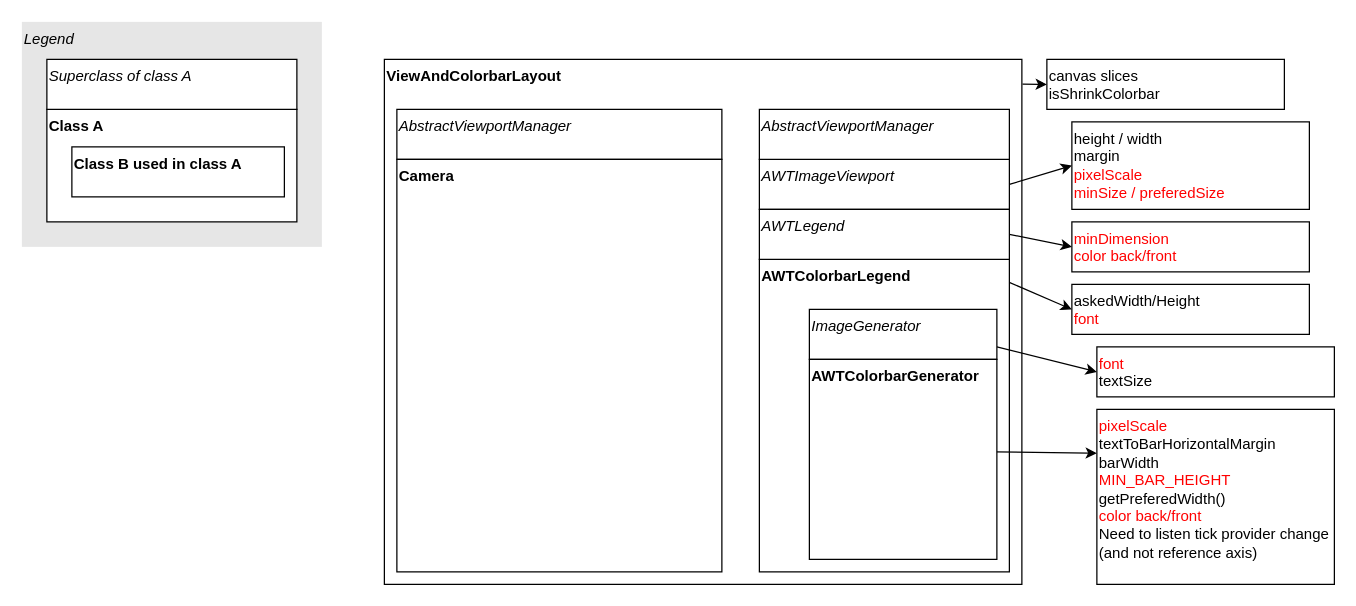
Above: page "Colorbar layout" (3 of 3) of jzy3d-core-awt/doc/core-awt.drawio in jzy3d/jzy3d-api (draw.io), before the change. Source tidied: cells renumbered, new cells numbered last; positions are measured from the earlier drawing's top-left corner, leaving out a move shared by most shapes. Both pictures are drawn from the tidied source at 125%, with x=0, y=0 at pixel (21, 21).
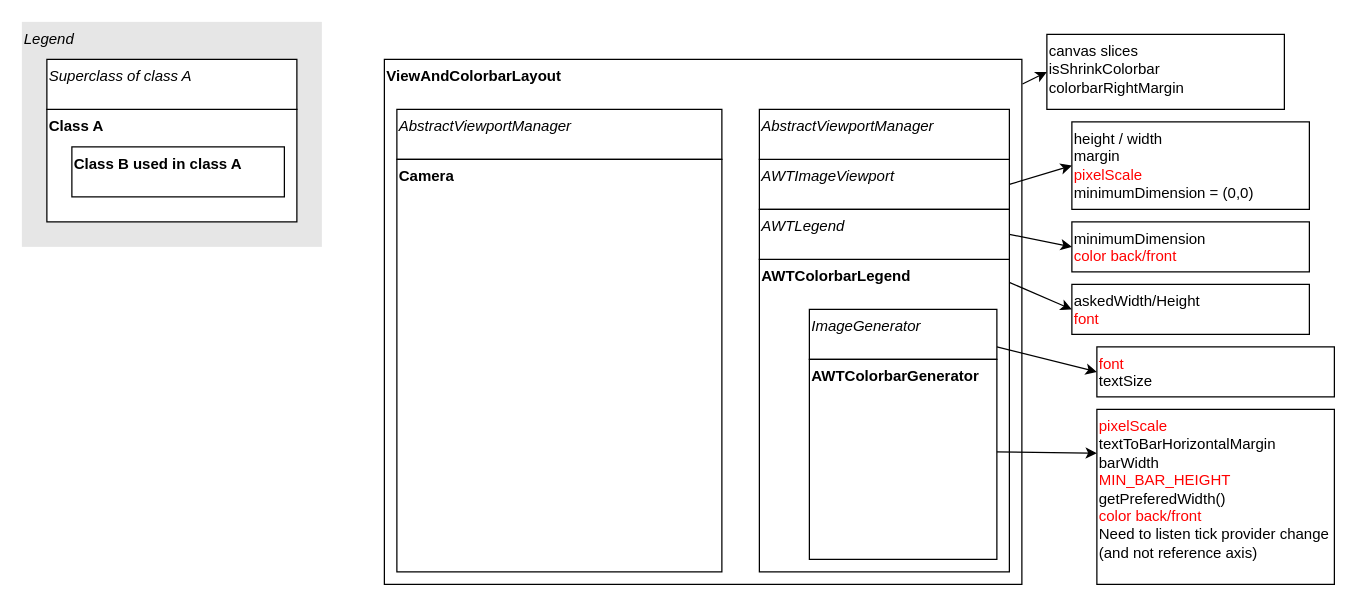
After the change.

Diff of the diagram source:
```diff
@@
-    <mxCell id="23" value="&lt;font color=&quot;#ff0000&quot;&gt;minDimension&lt;br&gt;color back/front&lt;br&gt;&lt;/font&gt;" style="rounded=0;whiteSpace=wrap;html=1;verticalAlign=top;align=left;" parent="1" vertex="1">
+    <mxCell id="23" value="minimumDimension&lt;br&gt;&lt;font color=&quot;#ff0000&quot;&gt;color back/front&lt;/font&gt;" style="rounded=0;whiteSpace=wrap;html=1;verticalAlign=top;align=left;" parent="1" vertex="1">
       <mxGeometry x="840" y="160" width="190" height="40" as="geometry" />
     </mxCell>
-    <mxCell id="24" value="&lt;font&gt;height / width&lt;br&gt;margin&lt;br&gt;&lt;font color=&quot;#ff0000&quot;&gt;pixelScale&lt;/font&gt;&lt;br&gt;&lt;font color=&quot;#ff0000&quot;&gt;minSize / preferedSize&lt;/font&gt;&lt;br&gt;&lt;/font&gt;" style="rounded=0;whiteSpace=wrap;html=1;verticalAlign=top;align=left;fontColor=#000000;" parent="1" vertex="1">
+    <mxCell id="24" value="&lt;font&gt;height / width&lt;br&gt;margin&lt;br&gt;&lt;font color=&quot;#ff0000&quot;&gt;pixelScale&lt;/font&gt;&lt;br&gt;minimumDimension = (0,0)&lt;br&gt;&lt;/font&gt;" style="rounded=0;whiteSpace=wrap;html=1;verticalAlign=top;align=left;fontColor=#000000;" parent="1" vertex="1">
       <mxGeometry x="840" y="80" width="190" height="70" as="geometry" />
     </mxCell>
@@
-    <mxCell id="26" value="canvas slices&lt;br&gt;isShrinkColorbar" style="rounded=0;whiteSpace=wrap;html=1;verticalAlign=top;align=left;" parent="1" vertex="1">
-      <mxGeometry x="820" y="30" width="190" height="40" as="geometry" />
+    <mxCell id="26" value="canvas slices&lt;br&gt;isShrinkColorbar&lt;br&gt;colorbarRightMargin" style="rounded=0;whiteSpace=wrap;html=1;verticalAlign=top;align=left;" parent="1" vertex="1">
+      <mxGeometry x="820" y="10" width="190" height="60" as="geometry" />
     </mxCell>
```
